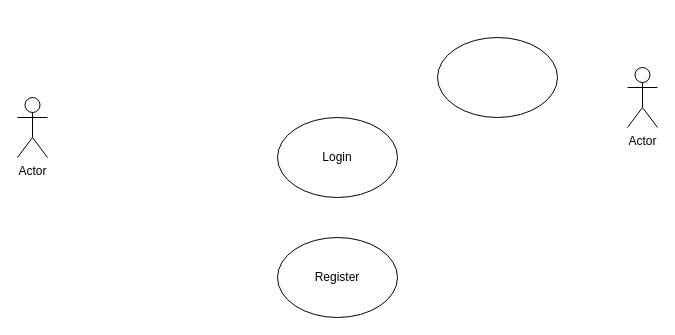
Earlier version of the draw.io diagram Диаграмма без названия.drawio (lanouri/AQARogozhina). Source tidied: cells renumbered, new cells numbered last; positions are measured from the earlier drawing's top-left corner, leaving out a move shared by most shapes. Both pictures are drawn from the tidied source at 100%, with x=0, y=0 at pixel (17, 37).
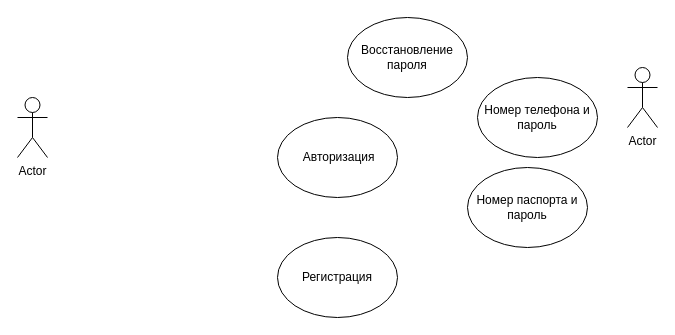
The same page after the edit.

The edit, as a diff of the source:
```diff
@@
 <mxGraphModel>
   <root>
     <mxCell id="0" />
     <mxCell id="1" parent="0" />
     <mxCell id="2" value="Actor" style="shape=umlActor;verticalLabelPosition=bottom;verticalAlign=top;html=1;" parent="1" vertex="1">
       <mxGeometry y="60" width="30" height="60" as="geometry" />
     </mxCell>
     <mxCell id="3" value="Actor" style="shape=umlActor;verticalLabelPosition=bottom;verticalAlign=top;html=1;" parent="1" vertex="1">
       <mxGeometry x="610" y="30" width="30" height="60" as="geometry" />
     </mxCell>
-    <mxCell id="4" value="Register" style="ellipse;whiteSpace=wrap;html=1;" parent="1" vertex="1">
+    <mxCell id="4" value="Регистрация" style="ellipse;whiteSpace=wrap;html=1;" parent="1" vertex="1">
       <mxGeometry x="260" y="200" width="120" height="80" as="geometry" />
     </mxCell>
-    <mxCell id="5" value="Login" style="ellipse;whiteSpace=wrap;html=1;" parent="1" vertex="1">
+    <mxCell id="5" value="&amp;nbsp;Авторизация" style="ellipse;whiteSpace=wrap;html=1;" parent="1" vertex="1">
       <mxGeometry x="260" y="80" width="120" height="80" as="geometry" />
     </mxCell>
-    <mxCell id="6" style="ellipse;whiteSpace=wrap;html=1;" parent="1" vertex="1">
-      <mxGeometry x="420" width="120" height="80" as="geometry" />
-    </mxCell>
+    <mxCell id="7" value="Восстановление пароля" style="ellipse;whiteSpace=wrap;html=1;" parent="1" vertex="1">
+      <mxGeometry x="330" y="-20" width="120" height="80" as="geometry" />
+    </mxCell>
+    <mxCell id="8" value="Номер телефона и пароль" style="ellipse;whiteSpace=wrap;html=1;" parent="1" vertex="1">
+      <mxGeometry x="460" y="40" width="120" height="80" as="geometry" />
+    </mxCell>
+    <mxCell id="9" value="Номер паспорта и пароль" style="ellipse;whiteSpace=wrap;html=1;" parent="1" vertex="1">
+      <mxGeometry x="450" y="130" width="120" height="80" as="geometry" />
+    </mxCell>
   </root>
 </mxGraphModel>
```
